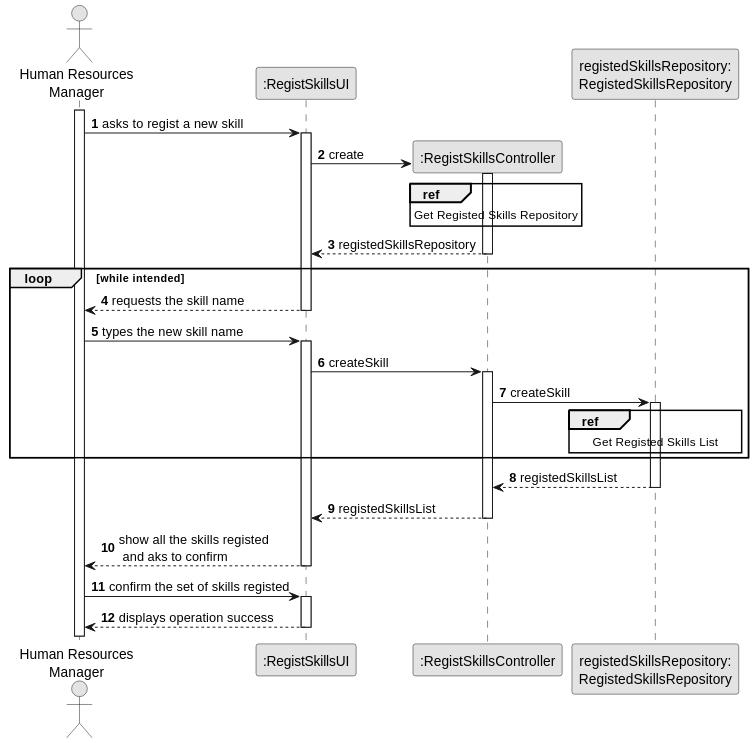
This is docs/sprint2/us001/03.design/svg/us001-sequence-diagram-split.svg from 1231360-ISEP/lei-24-s2-1db-g021, a PlantUML export, as it was before one commit.
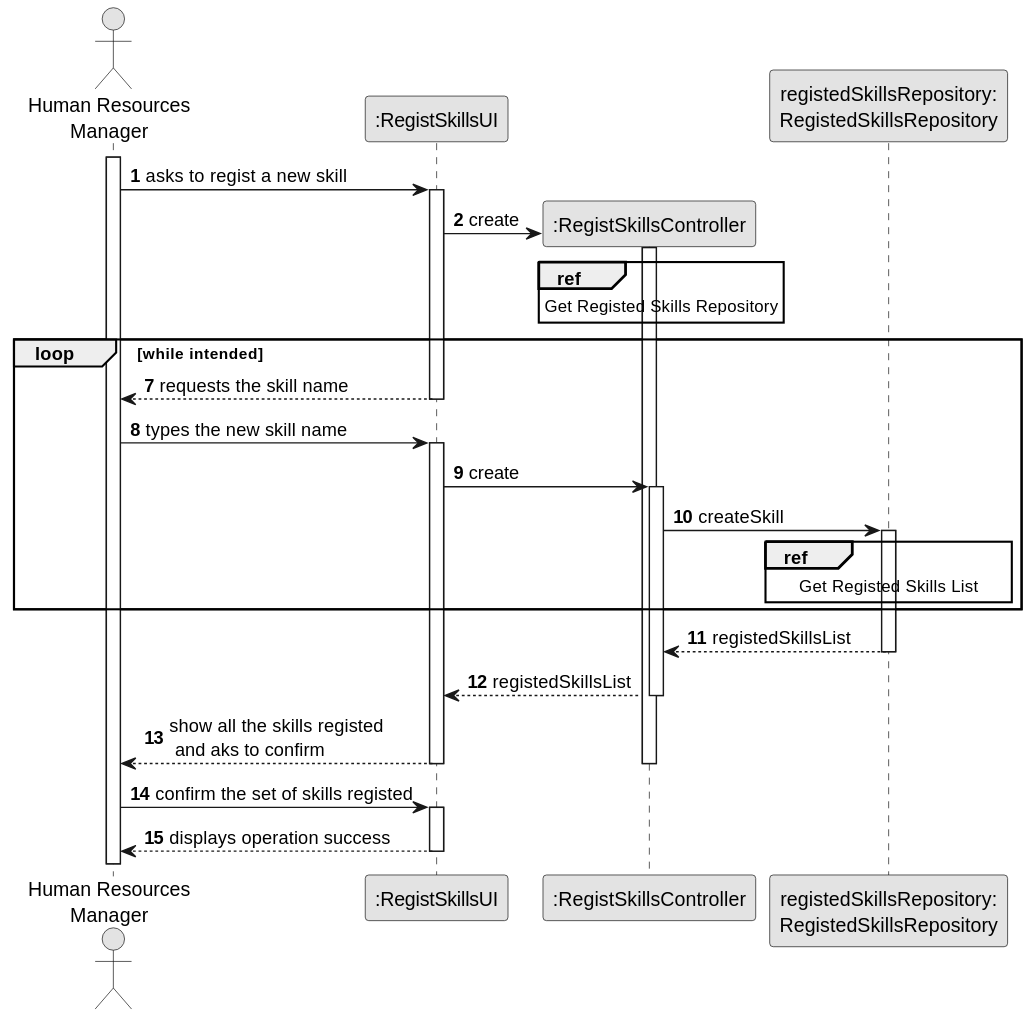
Later version of the same file.

Commit message:
Update US01 - Sequence Diagrams Partial and split and SVG´s

Change to the diagram source:
```diff
@@ -13,51 +13,52 @@
 activate HRM
 
     HRM -> UI : asks to regist a new skill
-    activate UI
+activate UI
 
-        UI -> CTRL** : create
+    UI -> CTRL** : create
 
-        activate CTRL
+activate CTRL
 
-        ref over CTRL
-            Get Registed Skills Repository
-        end ref
+ref over CTRL
+    Get Registed Skills Repository
+end ref
 
-        UI <-- CTRL : registedSkillsRepository
-        deactivate CTRL
+deactivate CTRL
 
-    loop while intended
-            UI --> HRM : requests the skill name
-        deactivate UI
+loop while intended
 
-        HRM -> UI : types the new skill name
-        activate UI
-            UI -> CTRL: createSkill
-        activate CTRL
-
-            CTRL -> RegistedSkillsRepository : createSkill
-        activate RegistedSkillsRepository
-
-        ref over RegistedSkillsRepository
-            Get Registed Skills List
-        end ref
-
-    end
-
-    RegistedSkillsRepository --> CTRL : registedSkillsList
-    deactivate RegistedSkillsRepository
-
-    CTRL --> UI : registedSkillsList
-    deactivate CTRL
-
-    UI --> HRM : show all the skills registed\n and aks to confirm
-
-    deactivate CTRL
+    autonumber 7
+        UI --> HRM : requests the skill name
     deactivate UI
 
-    HRM -> UI : confirm the set of skills registed
+    HRM -> UI : types the new skill name
     activate UI
+        UI -> CTRL: create
+    activate CTRL
 
-    UI --> HRM : displays operation success
-    deactivate UI
+        CTRL -> RegistedSkillsRepository : createSkill
+    activate RegistedSkillsRepository
+
+    ref over RegistedSkillsRepository
+        Get Registed Skills List
+    end ref
+
+end
+
+RegistedSkillsRepository --> CTRL : registedSkillsList
+deactivate RegistedSkillsRepository
+
+CTRL --> UI : registedSkillsList
+deactivate CTRL
+
+UI --> HRM : show all the skills registed\n and aks to confirm
+
+deactivate CTRL
+deactivate UI
+
+HRM -> UI : confirm the set of skills registed
+activate UI
+
+UI --> HRM : displays operation success
+deactivate UI
 @enduml
```
